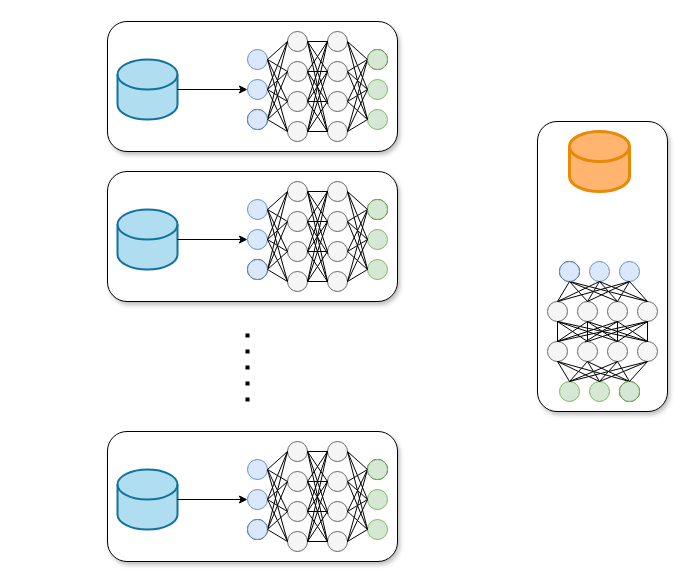
ShizhongP/dl-notes keeps this draw.io diagram as drawio/联邦学习.drawio. Above is the earlier version. Source tidied: cells renumbered, new cells numbered last; positions are measured from the earlier drawing's top-left corner, leaving out a move shared by most shapes. Both pictures are drawn from the tidied source at 100%, with x=0, y=0 at pixel (107, 21).
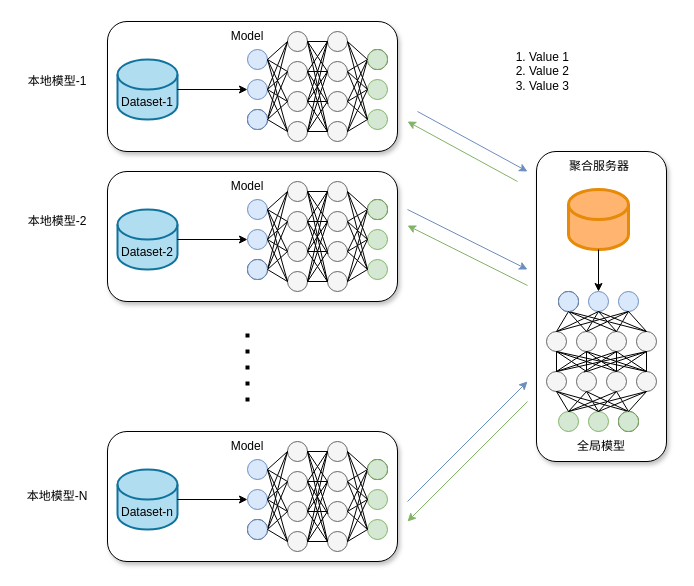
The same page after the edit.

Commit message (it also covers changes not shown here):
更新联邦学习.drawio

Unchanged cells that the change refers to:
```xml
<mxCell id="2" style="group;" parent="1" vertex="1">
  <mxGeometry width="290" height="130" as="geometry" />
</mxCell>
<mxCell id="64" style="group;" parent="1" vertex="1">
  <mxGeometry y="150" width="290" height="130" as="geometry" />
</mxCell>
<mxCell id="126" style="group;" parent="1" vertex="1">
  <mxGeometry y="410" width="290" height="130" as="geometry" />
</mxCell>
<mxCell id="192" style="ellipse;whiteSpace=wrap;html=1;fillColor=#dae8fc;strokeColor=#6c8ebf;rotation=-270;" parent="190" vertex="1">
  <mxGeometry x="57" y="-15" width="20" height="20" as="geometry" />
</mxCell>
```

The edit, as a diff of the source:
```diff
@@
-    <mxCell id="62" style="shape=cylinder3;whiteSpace=wrap;html=1;boundedLbl=1;backgroundOutline=1;size=15;fillColor=#b1ddf0;strokeColor=#10739e;strokeWidth=2;" parent="2" vertex="1">
+    <mxCell id="62" value="Dataset-1" style="shape=cylinder3;whiteSpace=wrap;html=1;boundedLbl=1;backgroundOutline=1;size=15;fillColor=#b1ddf0;strokeColor=#10739e;strokeWidth=2;" parent="2" vertex="1">
       <mxGeometry x="10" y="38" width="60" height="60" as="geometry" />
     </mxCell>
@@
+    <mxCell id="250" value="Model" style="text;html=1;align=center;verticalAlign=middle;whiteSpace=wrap;rounded=0;" parent="2" vertex="1">
+      <mxGeometry x="110" width="60" height="30" as="geometry" />
+    </mxCell>
@@
-    <mxCell id="124" style="shape=cylinder3;whiteSpace=wrap;html=1;boundedLbl=1;backgroundOutline=1;size=15;fillColor=#b1ddf0;strokeColor=#10739e;strokeWidth=2;" parent="64" vertex="1">
+    <mxCell id="124" value="Dataset-2" style="shape=cylinder3;whiteSpace=wrap;html=1;boundedLbl=1;backgroundOutline=1;size=15;fillColor=#b1ddf0;strokeColor=#10739e;strokeWidth=2;" parent="64" vertex="1">
       <mxGeometry x="10" y="38" width="60" height="60" as="geometry" />
     </mxCell>
@@
+    <mxCell id="251" value="Model" style="text;html=1;align=center;verticalAlign=middle;whiteSpace=wrap;rounded=0;" parent="64" vertex="1">
+      <mxGeometry x="110" width="60" height="30" as="geometry" />
+    </mxCell>
@@
-    <mxCell id="186" style="shape=cylinder3;whiteSpace=wrap;html=1;boundedLbl=1;backgroundOutline=1;size=15;fillColor=#b1ddf0;strokeColor=#10739e;strokeWidth=2;" parent="126" vertex="1">
+    <mxCell id="186" value="Dataset-n" style="shape=cylinder3;whiteSpace=wrap;html=1;boundedLbl=1;backgroundOutline=1;size=15;fillColor=#b1ddf0;strokeColor=#10739e;strokeWidth=2;" parent="126" vertex="1">
       <mxGeometry x="10" y="38" width="60" height="60" as="geometry" />
     </mxCell>
@@
+    <mxCell id="252" value="Model" style="text;html=1;align=center;verticalAlign=middle;whiteSpace=wrap;rounded=0;" parent="126" vertex="1">
+      <mxGeometry x="110" width="60" height="30" as="geometry" />
+    </mxCell>
     <mxCell id="188" style="group;rotation=-90;" parent="1" vertex="1">
-      <mxGeometry x="350" y="180" width="290" height="130" as="geometry" />
+      <mxGeometry x="349" y="210" width="300" height="140" as="geometry" />
     </mxCell>
     <mxCell id="189" style="rounded=1;whiteSpace=wrap;html=1;shadow=1;rotation=-270;" parent="188" vertex="1">
-      <mxGeometry width="290" height="130" as="geometry" />
+      <mxGeometry x="-10" y="10" width="310" height="130" as="geometry" />
     </mxCell>
@@
     <mxCell id="248" style="shape=cylinder3;whiteSpace=wrap;html=1;boundedLbl=1;backgroundOutline=1;size=15;fillColor=#FFB570;strokeColor=#e78a08;rotation=0;strokeWidth=3;" parent="188" vertex="1">
-      <mxGeometry x="112" y="-70" width="60" height="60" as="geometry" />
+      <mxGeometry x="112" y="-42" width="60" height="60" as="geometry" />
     </mxCell>
+    <mxCell id="253" value="聚合服务器" style="text;html=1;align=center;verticalAlign=middle;whiteSpace=wrap;rounded=0;" parent="188" vertex="1">
+      <mxGeometry x="104" y="-80" width="78" height="30" as="geometry" />
+    </mxCell>
+    <mxCell id="254" style="endArrow=classic;html=1;rounded=0;exitX=0.5;exitY=1;exitDx=0;exitDy=0;exitPerimeter=0;entryX=0;entryY=0.5;entryDx=0;entryDy=0;" parent="188" edge="1" source="248" target="192">
+      <mxGeometry relative="1" as="geometry" />
+    </mxCell>
+    <mxCell id="255" value="全局模型" style="text;html=1;align=center;verticalAlign=middle;whiteSpace=wrap;rounded=0;" parent="188" vertex="1">
+      <mxGeometry x="115" y="200" width="60" height="30" as="geometry" />
+    </mxCell>
@@
+    <mxCell id="256" value="本地模型-1" style="text;html=1;align=center;verticalAlign=middle;whiteSpace=wrap;rounded=0;" parent="1" vertex="1">
+      <mxGeometry x="-90" y="30" width="80" height="60" as="geometry" />
+    </mxCell>
+    <mxCell id="257" value="本地模型-2" style="text;html=1;align=center;verticalAlign=middle;whiteSpace=wrap;rounded=0;" parent="1" vertex="1">
+      <mxGeometry x="-90" y="170" width="80" height="60" as="geometry" />
+    </mxCell>
+    <mxCell id="258" value="本地模型-N" style="text;html=1;align=center;verticalAlign=middle;whiteSpace=wrap;rounded=0;" parent="1" vertex="1">
+      <mxGeometry x="-90" y="445" width="80" height="60" as="geometry" />
+    </mxCell>
+    <mxCell id="259" style="endArrow=classic;html=1;rounded=0;fillColor=#dae8fc;strokeColor=#6c8ebf;" parent="1" edge="1">
+      <mxGeometry relative="1" as="geometry">
+        <mxPoint x="310" y="90" as="sourcePoint" />
+        <mxPoint x="420" y="150" as="targetPoint" />
+      </mxGeometry>
+    </mxCell>
+    <mxCell id="260" style="endArrow=classic;html=1;rounded=0;fillColor=#dae8fc;strokeColor=#6c8ebf;" parent="1" edge="1">
+      <mxGeometry relative="1" as="geometry">
+        <mxPoint x="300" y="188" as="sourcePoint" />
+        <mxPoint x="420" y="248" as="targetPoint" />
+      </mxGeometry>
+    </mxCell>
+    <mxCell id="261" style="endArrow=classic;html=1;rounded=0;fillColor=#dae8fc;strokeColor=#6c8ebf;" parent="1" edge="1">
+      <mxGeometry relative="1" as="geometry">
+        <mxPoint x="300" y="480" as="sourcePoint" />
+        <mxPoint x="420" y="360" as="targetPoint" />
+      </mxGeometry>
+    </mxCell>
+    <mxCell id="262" style="endArrow=classic;html=1;rounded=0;fillColor=#d5e8d4;strokeColor=#82b366;" parent="1" edge="1">
+      <mxGeometry relative="1" as="geometry">
+        <mxPoint x="410" y="160" as="sourcePoint" />
+        <mxPoint x="300" y="100" as="targetPoint" />
+      </mxGeometry>
+    </mxCell>
+    <mxCell id="263" style="endArrow=classic;html=1;rounded=0;fillColor=#d5e8d4;strokeColor=#82b366;" parent="1" edge="1">
+      <mxGeometry relative="1" as="geometry">
+        <mxPoint x="420" y="264" as="sourcePoint" />
+        <mxPoint x="300" y="204" as="targetPoint" />
+      </mxGeometry>
+    </mxCell>
+    <mxCell id="264" style="endArrow=classic;html=1;rounded=0;fillColor=#d5e8d4;strokeColor=#82b366;" parent="1" edge="1">
+      <mxGeometry relative="1" as="geometry">
+        <mxPoint x="420" y="380" as="sourcePoint" />
+        <mxPoint x="300" y="500" as="targetPoint" />
+      </mxGeometry>
+    </mxCell>
+    <mxCell id="265" value="&lt;ol&gt;&lt;li&gt;Value 1&lt;/li&gt;&lt;li&gt;Value 2&lt;/li&gt;&lt;li&gt;Value 3&lt;/li&gt;&lt;/ol&gt;" style="text;strokeColor=none;fillColor=none;html=1;whiteSpace=wrap;verticalAlign=middle;overflow=hidden;" parent="1" vertex="1">
+      <mxGeometry x="380" y="10" width="190" height="80" as="geometry" />
+    </mxCell>
```
